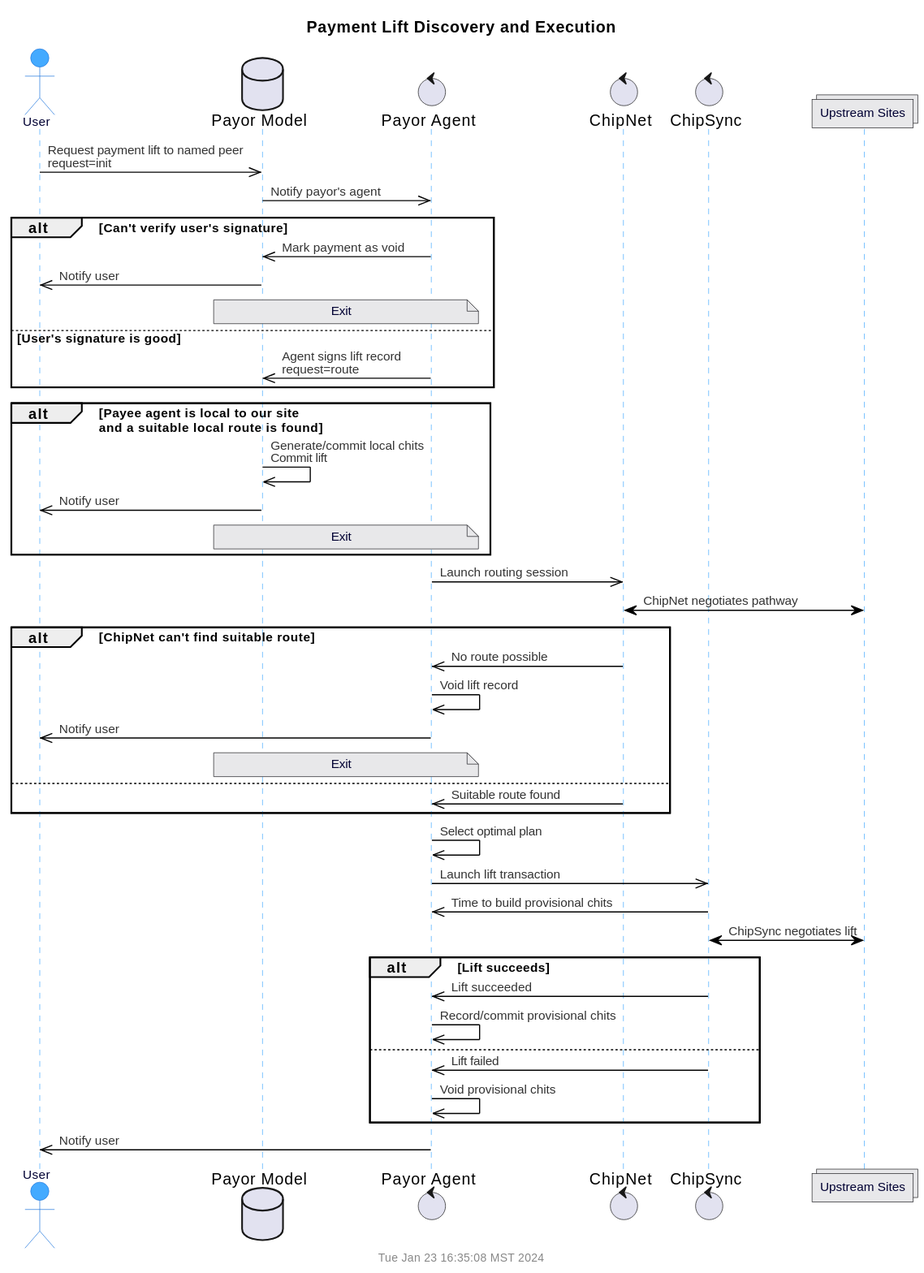
Earlier version of the PlantUML export doc/uml/seq-lift-pay.svg (gotchoices/MyCHIPs). Source of this version:
```plantuml
@startuml
!include common.puml
$title(Payment Lift Discovery and Execution)
actor "User" as user
database "Payor Model" as orgDB
control "Payor Agent" as orgAgent
control "ChipNet" as chipNet
control "ChipSync" as chipSync
collections "Upstream Sites" as upSites

user		->>	orgDB:		Request payment lift to named peer\nrequest=init
orgDB		->>	orgAgent:		Notify payor's agent

alt Can't verify user's signature
  orgAgent	->>	orgDB:		Mark payment as void
  orgDB	->>	user:		Notify user
  note over orgAgent,orgDB: Exit
else User's signature is good
  orgAgent	->>	orgDB:		Agent signs lift record\nrequest=route
end

alt Payee agent is local to our site\nand a suitable local route is found
  orgDB	->>	orgDB:		Generate/commit local chits\nCommit lift
  orgDB	->>	user:		Notify user
  note over orgAgent,orgDB: Exit
end

orgAgent	->>	chipNet:	Launch routing session
chipNet		<->	upSites:	ChipNet negotiates pathway

alt ChipNet can't find suitable route

  chipNet	->>	orgAgent:	No route possible
  orgAgent	->>	orgAgent:	Void lift record
  orgAgent	->>	user:		Notify user
  note over orgAgent,orgDB: Exit

else
  chipNet	->>	orgAgent:	Suitable route found
end

orgAgent	->>	orgAgent:	Select optimal plan
orgAgent	->>	chipSync:	Launch lift transaction
chipSync	->>	orgAgent:	Time to build provisional chits
chipSync	<->	upSites:	ChipSync negotiates lift

alt Lift succeeds

  chipSync	->>	orgAgent:	Lift succeeded
  orgAgent	->>	orgAgent:	Record/commit provisional chits

else
  chipSync	->>	orgAgent:	Lift failed
  orgAgent	->>	orgAgent:	Void provisional chits
end

orgAgent	->>	user:		Notify user

@enduml
```
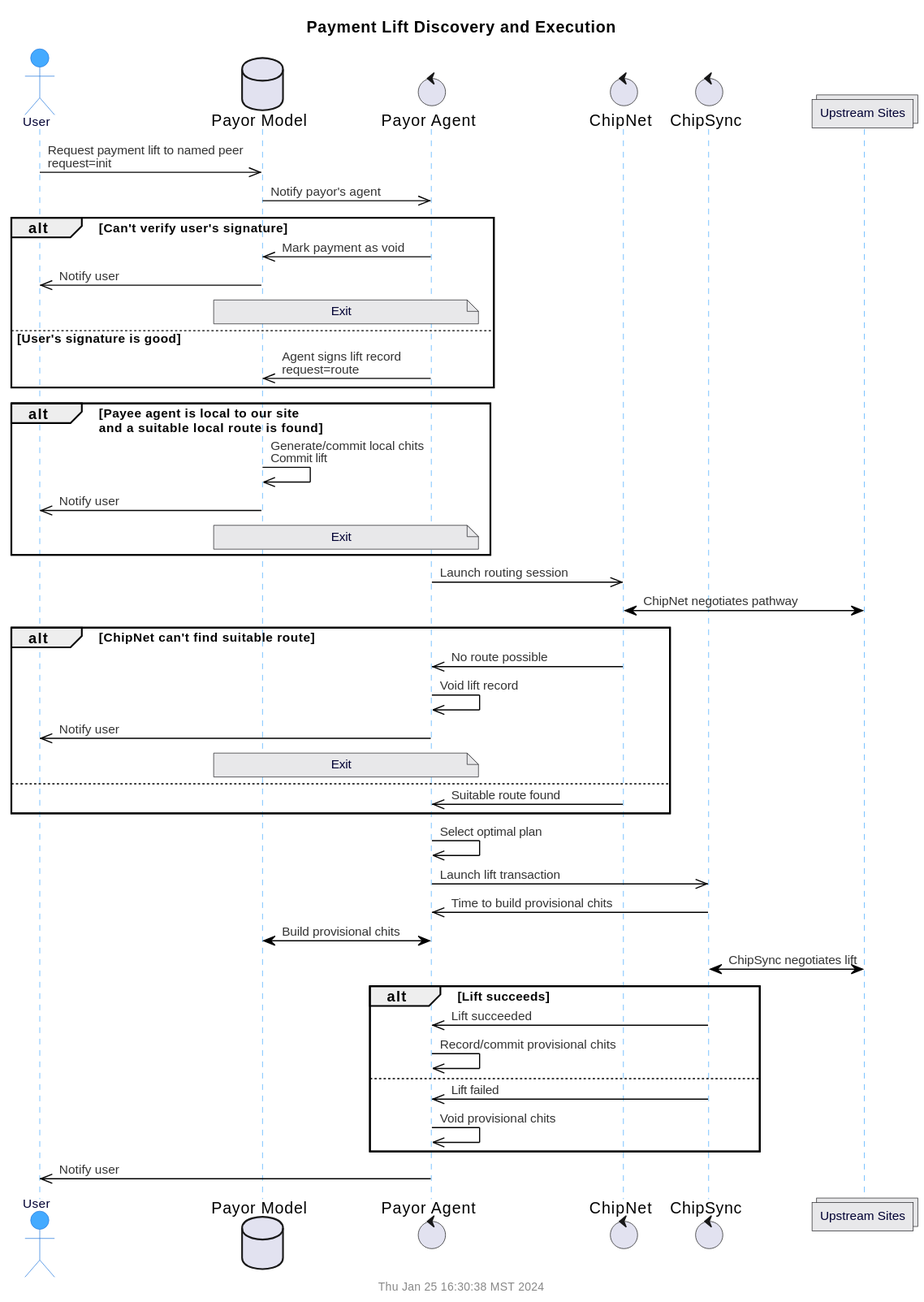
The same diagram one commit later.

The edit, as a diff of the source:
```diff
@@ -42,6 +42,7 @@
 orgAgent	->>	orgAgent:	Select optimal plan
 orgAgent	->>	chipSync:	Launch lift transaction
 chipSync	->>	orgAgent:	Time to build provisional chits
+orgAgent	<->	orgDB:		Build provisional chits
 chipSync	<->	upSites:	ChipSync negotiates lift
 
 alt Lift succeeds
```
